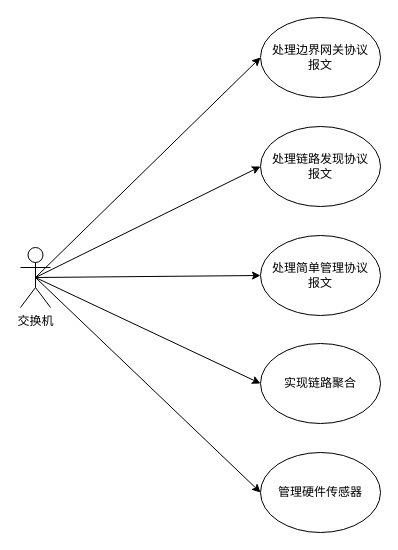
Earlier version of the draw.io diagram 设备端需求用例图.drawio (PATORITU/PATORITU). Source tidied: cells renumbered, new cells numbered last; positions are measured from the earlier drawing's top-left corner, leaving out a move shared by most shapes. Both pictures are drawn from the tidied source at 100%, with x=0, y=0 at pixel (20, 17).
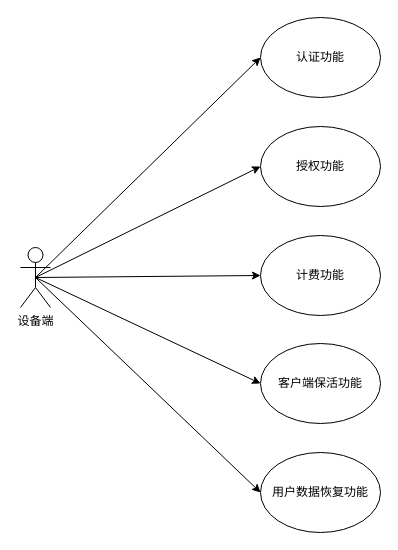
After the change.

Commit message:
更新设备端需求用例图.drawio

The edit, as a diff of the source:
```diff
@@
 <mxGraphModel>
   <root>
     <mxCell id="0" />
     <mxCell id="1" parent="0" />
     <mxCell id="2" style="rounded=0;jettySize=auto;html=1;exitX=0.5;exitY=0.5;exitDx=0;exitDy=0;exitPerimeter=0;entryX=0;entryY=0.5;entryDx=0;entryDy=0;" parent="1" edge="1" source="7" target="8">
       <mxGeometry relative="1" as="geometry" />
     </mxCell>
     <mxCell id="3" style="edgeStyle=none;rounded=0;jettySize=auto;html=1;exitX=0.5;exitY=0.5;exitDx=0;exitDy=0;exitPerimeter=0;entryX=0;entryY=0.5;entryDx=0;entryDy=0;" parent="1" edge="1" source="7" target="9">
       <mxGeometry relative="1" as="geometry" />
     </mxCell>
     <mxCell id="4" style="edgeStyle=none;rounded=0;jettySize=auto;html=1;exitX=0.5;exitY=0.5;exitDx=0;exitDy=0;exitPerimeter=0;entryX=0;entryY=0.5;entryDx=0;entryDy=0;" parent="1" edge="1" source="7" target="10">
       <mxGeometry relative="1" as="geometry" />
     </mxCell>
     <mxCell id="5" style="edgeStyle=none;rounded=0;jettySize=auto;html=1;exitX=0.5;exitY=0.5;exitDx=0;exitDy=0;exitPerimeter=0;entryX=0;entryY=0.5;entryDx=0;entryDy=0;" parent="1" edge="1" source="7" target="11">
       <mxGeometry relative="1" as="geometry" />
     </mxCell>
     <mxCell id="6" style="edgeStyle=none;rounded=0;jettySize=auto;html=1;exitX=0.5;exitY=0.5;exitDx=0;exitDy=0;exitPerimeter=0;entryX=0;entryY=0.5;entryDx=0;entryDy=0;" parent="1" edge="1" source="7" target="12">
       <mxGeometry relative="1" as="geometry" />
     </mxCell>
-    <mxCell id="7" value="交换机" style="shape=umlActor;verticalLabelPosition=bottom;verticalAlign=top;html=1;outlineConnect=0;" parent="1" vertex="1">
+    <mxCell id="7" value="设备端" style="shape=umlActor;verticalLabelPosition=bottom;verticalAlign=top;html=1;outlineConnect=0;" parent="1" vertex="1">
       <mxGeometry y="230" width="30" height="60" as="geometry" />
     </mxCell>
-    <mxCell id="8" value="处理边界网关协议&lt;br&gt;报文" style="ellipse;whiteSpace=wrap;html=1;" parent="1" vertex="1">
+    <mxCell id="8" value="认证功能" style="ellipse;whiteSpace=wrap;html=1;" parent="1" vertex="1">
       <mxGeometry x="240" width="120" height="80" as="geometry" />
     </mxCell>
-    <mxCell id="9" value="处理链路发现协议&lt;br&gt;报文" style="ellipse;whiteSpace=wrap;html=1;" parent="1" vertex="1">
+    <mxCell id="9" value="授权功能" style="ellipse;whiteSpace=wrap;html=1;" parent="1" vertex="1">
       <mxGeometry x="240" y="109" width="120" height="80" as="geometry" />
     </mxCell>
-    <mxCell id="10" value="处理简单管理协议&lt;br&gt;报文" style="ellipse;whiteSpace=wrap;html=1;" parent="1" vertex="1">
+    <mxCell id="10" value="计费功能" style="ellipse;whiteSpace=wrap;html=1;" parent="1" vertex="1">
       <mxGeometry x="240" y="218" width="120" height="80" as="geometry" />
     </mxCell>
-    <mxCell id="11" value="实现链路聚合" style="ellipse;whiteSpace=wrap;html=1;" parent="1" vertex="1">
+    <mxCell id="11" value="客户端保活功能" style="ellipse;whiteSpace=wrap;html=1;" parent="1" vertex="1">
       <mxGeometry x="240" y="326" width="120" height="80" as="geometry" />
     </mxCell>
-    <mxCell id="12" value="管理硬件传感器" style="ellipse;whiteSpace=wrap;html=1;" parent="1" vertex="1">
+    <mxCell id="12" value="用户数据恢复功能" style="ellipse;whiteSpace=wrap;html=1;" parent="1" vertex="1">
       <mxGeometry x="240" y="435" width="120" height="80" as="geometry" />
     </mxCell>
   </root>
 </mxGraphModel>
```
